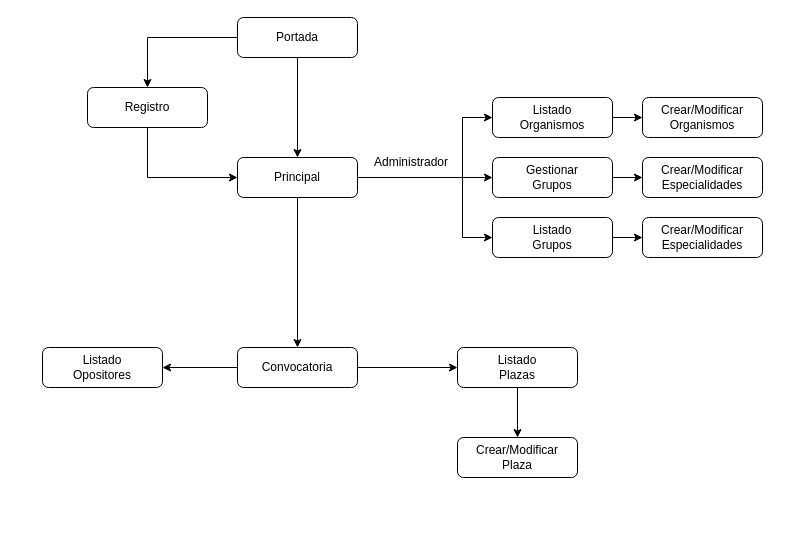
Earlier version of the draw.io diagram diagramas/DiagramaNavegacion.drawio (Castillo82/simuladordestinos). Source tidied: cells renumbered, new cells numbered last; positions are measured from the earlier drawing's top-left corner, leaving out a move shared by most shapes. Both pictures are drawn from the tidied source at 100%, with x=0, y=0 at pixel (42, 17).
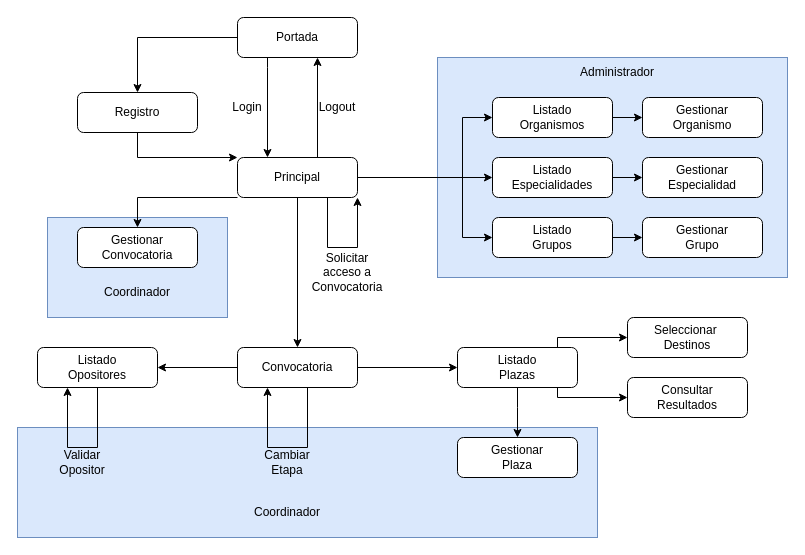
The same diagram, later.

The change refers to these unchanged cells:
```xml
<mxCell id="4" value="Portada" style="rounded=1;whiteSpace=wrap;html=1;fontSize=12;glass=0;strokeWidth=1;shadow=0;" parent="1" vertex="1">
  <mxGeometry x="195" width="120" height="40" as="geometry" />
</mxCell>
<mxCell id="11" value="Principal" style="rounded=1;whiteSpace=wrap;html=1;fontSize=12;glass=0;strokeWidth=1;shadow=0;" parent="1" vertex="1">
  <mxGeometry x="195" y="140" width="120" height="40" as="geometry" />
</mxCell>
<mxCell id="13" value="Listado &lt;br&gt;Plazas" style="rounded=1;whiteSpace=wrap;html=1;fontSize=12;glass=0;strokeWidth=1;shadow=0;" parent="1" vertex="1">
  <mxGeometry x="415" y="330" width="120" height="40" as="geometry" />
</mxCell>
<mxCell id="16" value="Convocatoria" style="rounded=1;whiteSpace=wrap;html=1;fontSize=12;glass=0;strokeWidth=1;shadow=0;" parent="1" vertex="1">
  <mxGeometry x="195" y="330" width="120" height="40" as="geometry" />
</mxCell>
```

Change to the diagram source:
```diff
@@
+    <mxCell id="29" style="rounded=0;whiteSpace=wrap;html=1;fillColor=#DAE8FC;strokeColor=#6c8ebf;" parent="1" vertex="1">
+      <mxGeometry x="5" y="200" width="180" height="100" as="geometry" />
+    </mxCell>
+    <mxCell id="30" style="rounded=0;whiteSpace=wrap;html=1;fillColor=#DAE8FC;strokeColor=#6c8ebf;" parent="1" vertex="1">
+      <mxGeometry x="-25" y="410" width="580" height="110" as="geometry" />
+    </mxCell>
+    <mxCell id="31" style="rounded=0;whiteSpace=wrap;html=1;fillColor=#DAE8FC;strokeColor=#6c8ebf;" parent="1" vertex="1">
+      <mxGeometry x="395" y="40" width="350" height="220" as="geometry" />
+    </mxCell>
@@
-    <mxCell id="3" style="edgeStyle=orthogonalEdgeStyle;rounded=0;jettySize=auto;html=1;" parent="1" edge="1" source="4" target="11">
-      <mxGeometry relative="1" as="geometry" />
+    <mxCell id="3" style="edgeStyle=orthogonalEdgeStyle;rounded=0;jettySize=auto;html=1;exitX=0.25;exitY=1;exitDx=0;exitDy=0;entryX=0.25;entryY=0;entryDx=0;entryDy=0;" parent="1" edge="1" source="4" target="11">
+      <mxGeometry relative="1" as="geometry">
+        <Array as="points">
+          <mxPoint x="225" y="50" />
+          <mxPoint x="225" y="50" />
+        </Array>
+      </mxGeometry>
     </mxCell>
@@
-    <mxCell id="5" style="edgeStyle=orthogonalEdgeStyle;rounded=0;jettySize=auto;html=1;entryX=0;entryY=0.5;entryDx=0;entryDy=0;" parent="1" edge="1" source="6" target="11">
+    <mxCell id="5" style="edgeStyle=orthogonalEdgeStyle;rounded=0;jettySize=auto;html=1;entryX=0;entryY=0;entryDx=0;entryDy=0;exitX=0.5;exitY=1;exitDx=0;exitDy=0;" parent="1" edge="1" source="6" target="11">
       <mxGeometry relative="1" as="geometry">
         <Array as="points">
-          <mxPoint x="105" y="160" />
+          <mxPoint x="95" y="140" />
         </Array>
       </mxGeometry>
     </mxCell>
     <mxCell id="6" value="Registro" style="rounded=1;whiteSpace=wrap;html=1;fontSize=12;glass=0;strokeWidth=1;shadow=0;" parent="1" vertex="1">
-      <mxGeometry x="45" y="70" width="120" height="40" as="geometry" />
+      <mxGeometry x="35" y="75" width="120" height="40" as="geometry" />
     </mxCell>
@@
+    <mxCell id="32" style="edgeStyle=orthogonalEdgeStyle;rounded=0;orthogonalLoop=1;jettySize=auto;html=1;entryX=0.25;entryY=1;entryDx=0;entryDy=0;exitX=0.25;exitY=0;exitDx=0;exitDy=0;" parent="1" edge="1">
+      <mxGeometry relative="1" as="geometry">
+        <mxPoint x="275" y="140" as="sourcePoint" />
+        <mxPoint x="275" y="40" as="targetPoint" />
+      </mxGeometry>
+    </mxCell>
+    <mxCell id="33" style="edgeStyle=orthogonalEdgeStyle;rounded=0;jettySize=auto;html=1;exitX=0;exitY=1;exitDx=0;exitDy=0;entryX=0.5;entryY=0;entryDx=0;entryDy=0;" parent="1" edge="1" source="11" target="43">
+      <mxGeometry relative="1" as="geometry">
+        <Array as="points">
+          <mxPoint x="95" y="180" />
+        </Array>
+      </mxGeometry>
+    </mxCell>
+    <mxCell id="34" style="edgeStyle=orthogonalEdgeStyle;rounded=0;orthogonalLoop=1;jettySize=auto;html=1;exitX=0.75;exitY=1;exitDx=0;exitDy=0;entryX=1;entryY=1;entryDx=0;entryDy=0;" parent="1" edge="1" source="11" target="11">
+      <mxGeometry relative="1" as="geometry">
+        <Array as="points">
+          <mxPoint x="285" y="230" />
+          <mxPoint x="315" y="230" />
+        </Array>
+      </mxGeometry>
+    </mxCell>
@@
-    <mxCell id="12" style="edgeStyle=orthogonalEdgeStyle;rounded=0;jettySize=auto;html=1;" parent="1" edge="1" source="13" target="27">
-      <mxGeometry relative="1" as="geometry" />
+    <mxCell id="12" style="edgeStyle=orthogonalEdgeStyle;rounded=0;jettySize=auto;html=1;exitX=0.5;exitY=1;exitDx=0;exitDy=0;entryX=0.5;entryY=0;entryDx=0;entryDy=0;" parent="1" edge="1" source="13" target="27">
+      <mxGeometry relative="1" as="geometry">
+        <Array as="points">
+          <mxPoint x="475" y="390" />
+          <mxPoint x="475" y="390" />
+        </Array>
+      </mxGeometry>
     </mxCell>
+    <mxCell id="35" style="edgeStyle=orthogonalEdgeStyle;rounded=0;jettySize=auto;html=1;entryX=0;entryY=0.5;entryDx=0;entryDy=0;" parent="1" edge="1" source="13" target="47">
+      <mxGeometry relative="1" as="geometry">
+        <Array as="points">
+          <mxPoint x="515" y="320" />
+          <mxPoint x="585" y="320" />
+        </Array>
+      </mxGeometry>
+    </mxCell>
+    <mxCell id="36" style="edgeStyle=orthogonalEdgeStyle;rounded=0;jettySize=auto;html=1;" parent="1" edge="1" source="13" target="48">
+      <mxGeometry relative="1" as="geometry">
+        <Array as="points">
+          <mxPoint x="515" y="380" />
+        </Array>
+      </mxGeometry>
+    </mxCell>
@@
+    <mxCell id="37" style="edgeStyle=orthogonalEdgeStyle;rounded=0;orthogonalLoop=1;jettySize=auto;html=1;entryX=0.25;entryY=1;entryDx=0;entryDy=0;" parent="1" edge="1" source="16" target="16">
+      <mxGeometry relative="1" as="geometry">
+        <Array as="points">
+          <mxPoint x="265" y="430" />
+          <mxPoint x="225" y="430" />
+        </Array>
+      </mxGeometry>
+    </mxCell>
@@
-    <mxCell id="18" value="Gestionar &lt;br&gt;Grupos" style="rounded=1;whiteSpace=wrap;html=1;fontSize=12;glass=0;strokeWidth=1;shadow=0;" parent="1" vertex="1">
+    <mxCell id="18" value="Listado&lt;br&gt;Especialidades" style="rounded=1;whiteSpace=wrap;html=1;fontSize=12;glass=0;strokeWidth=1;shadow=0;" parent="1" vertex="1">
       <mxGeometry x="450" y="140" width="120" height="40" as="geometry" />
     </mxCell>
@@
-    <mxCell id="21" value="Crear/Modificar&lt;br&gt;Especialidades" style="rounded=1;whiteSpace=wrap;html=1;fontSize=12;glass=0;strokeWidth=1;shadow=0;" parent="1" vertex="1">
+    <mxCell id="21" value="Gestionar&lt;br&gt;Especialidad" style="rounded=1;whiteSpace=wrap;html=1;fontSize=12;glass=0;strokeWidth=1;shadow=0;" parent="1" vertex="1">
       <mxGeometry x="600" y="140" width="120" height="40" as="geometry" />
     </mxCell>
-    <mxCell id="22" value="Crear/Modificar&lt;br&gt;Especialidades" style="rounded=1;whiteSpace=wrap;html=1;fontSize=12;glass=0;strokeWidth=1;shadow=0;" parent="1" vertex="1">
+    <mxCell id="22" value="Gestionar&lt;br&gt;Grupo" style="rounded=1;whiteSpace=wrap;html=1;fontSize=12;glass=0;strokeWidth=1;shadow=0;" parent="1" vertex="1">
       <mxGeometry x="600" y="200" width="120" height="40" as="geometry" />
     </mxCell>
-    <mxCell id="23" value="Crear/Modificar&lt;br&gt;Organismos" style="rounded=1;whiteSpace=wrap;html=1;fontSize=12;glass=0;strokeWidth=1;shadow=0;" parent="1" vertex="1">
+    <mxCell id="23" value="Gestionar&lt;br&gt;Organismo" style="rounded=1;whiteSpace=wrap;html=1;fontSize=12;glass=0;strokeWidth=1;shadow=0;" parent="1" vertex="1">
       <mxGeometry x="600" y="80" width="120" height="40" as="geometry" />
     </mxCell>
@@
+    <mxCell id="38" style="edgeStyle=orthogonalEdgeStyle;rounded=0;orthogonalLoop=1;jettySize=auto;html=1;entryX=0.25;entryY=1;entryDx=0;entryDy=0;exitX=0.5;exitY=1;exitDx=0;exitDy=0;" parent="1" edge="1" source="26" target="26">
+      <mxGeometry relative="1" as="geometry">
+        <Array as="points">
+          <mxPoint x="55" y="430" />
+          <mxPoint x="25" y="430" />
+        </Array>
+      </mxGeometry>
+    </mxCell>
     <mxCell id="26" value="Listado &lt;br&gt;Opositores" style="rounded=1;whiteSpace=wrap;html=1;fontSize=12;glass=0;strokeWidth=1;shadow=0;" parent="1" vertex="1">
-      <mxGeometry y="330" width="120" height="40" as="geometry" />
+      <mxGeometry x="-5" y="330" width="120" height="40" as="geometry" />
     </mxCell>
-    <mxCell id="27" value="Crear/Modificar&lt;br&gt;Plaza" style="rounded=1;whiteSpace=wrap;html=1;fontSize=12;glass=0;strokeWidth=1;shadow=0;" parent="1" vertex="1">
+    <mxCell id="27" value="Gestionar&lt;br&gt;Plaza" style="rounded=1;whiteSpace=wrap;html=1;fontSize=12;glass=0;strokeWidth=1;shadow=0;" parent="1" vertex="1">
       <mxGeometry x="415" y="420" width="120" height="40" as="geometry" />
     </mxCell>
     <mxCell id="28" value="Administrador" style="text;html=1;strokeColor=none;fillColor=none;align=center;verticalAlign=middle;whiteSpace=wrap;rounded=0;" parent="1" vertex="1">
-      <mxGeometry x="339" y="130" width="60" height="30" as="geometry" />
+      <mxGeometry x="545" y="40" width="60" height="30" as="geometry" />
     </mxCell>
+    <mxCell id="39" value="Login" style="text;html=1;strokeColor=none;fillColor=none;align=center;verticalAlign=middle;whiteSpace=wrap;rounded=0;" parent="1" vertex="1">
+      <mxGeometry x="175" y="75" width="60" height="30" as="geometry" />
+    </mxCell>
+    <mxCell id="40" value="Logout" style="text;html=1;strokeColor=none;fillColor=none;align=center;verticalAlign=middle;whiteSpace=wrap;rounded=0;" parent="1" vertex="1">
+      <mxGeometry x="265" y="75" width="60" height="30" as="geometry" />
+    </mxCell>
+    <mxCell id="41" value="Validar Opositor" style="text;html=1;strokeColor=none;fillColor=none;align=center;verticalAlign=middle;whiteSpace=wrap;rounded=0;" parent="1" vertex="1">
+      <mxGeometry x="10" y="430" width="60" height="30" as="geometry" />
+    </mxCell>
+    <mxCell id="42" value="Cambiar Etapa" style="text;html=1;strokeColor=none;fillColor=none;align=center;verticalAlign=middle;whiteSpace=wrap;rounded=0;" parent="1" vertex="1">
+      <mxGeometry x="215" y="430" width="60" height="30" as="geometry" />
+    </mxCell>
+    <mxCell id="43" value="Gestionar&lt;br&gt;Convocatoria" style="rounded=1;whiteSpace=wrap;html=1;fontSize=12;glass=0;strokeWidth=1;shadow=0;" parent="1" vertex="1">
+      <mxGeometry x="35" y="210" width="120" height="40" as="geometry" />
+    </mxCell>
+    <mxCell id="44" value="Coordinador" style="text;html=1;strokeColor=none;fillColor=none;align=center;verticalAlign=middle;whiteSpace=wrap;rounded=0;" parent="1" vertex="1">
+      <mxGeometry x="215" y="480" width="60" height="30" as="geometry" />
+    </mxCell>
+    <mxCell id="45" value="Coordinador" style="text;html=1;strokeColor=none;fillColor=none;align=center;verticalAlign=middle;whiteSpace=wrap;rounded=0;" parent="1" vertex="1">
+      <mxGeometry x="65" y="260" width="60" height="30" as="geometry" />
+    </mxCell>
+    <mxCell id="46" value="Solicitar acceso a Convocatoria" style="text;html=1;strokeColor=none;fillColor=none;align=center;verticalAlign=middle;whiteSpace=wrap;rounded=0;" parent="1" vertex="1">
+      <mxGeometry x="275" y="240" width="60" height="30" as="geometry" />
+    </mxCell>
+    <mxCell id="47" value="Seleccionar&amp;nbsp;&lt;br&gt;Destinos" style="rounded=1;whiteSpace=wrap;html=1;fontSize=12;glass=0;strokeWidth=1;shadow=0;" parent="1" vertex="1">
+      <mxGeometry x="585" y="300" width="120" height="40" as="geometry" />
+    </mxCell>
+    <mxCell id="48" value="Consultar &lt;br&gt;Resultados" style="rounded=1;whiteSpace=wrap;html=1;fontSize=12;glass=0;strokeWidth=1;shadow=0;" parent="1" vertex="1">
+      <mxGeometry x="585" y="360" width="120" height="40" as="geometry" />
+    </mxCell>
```
